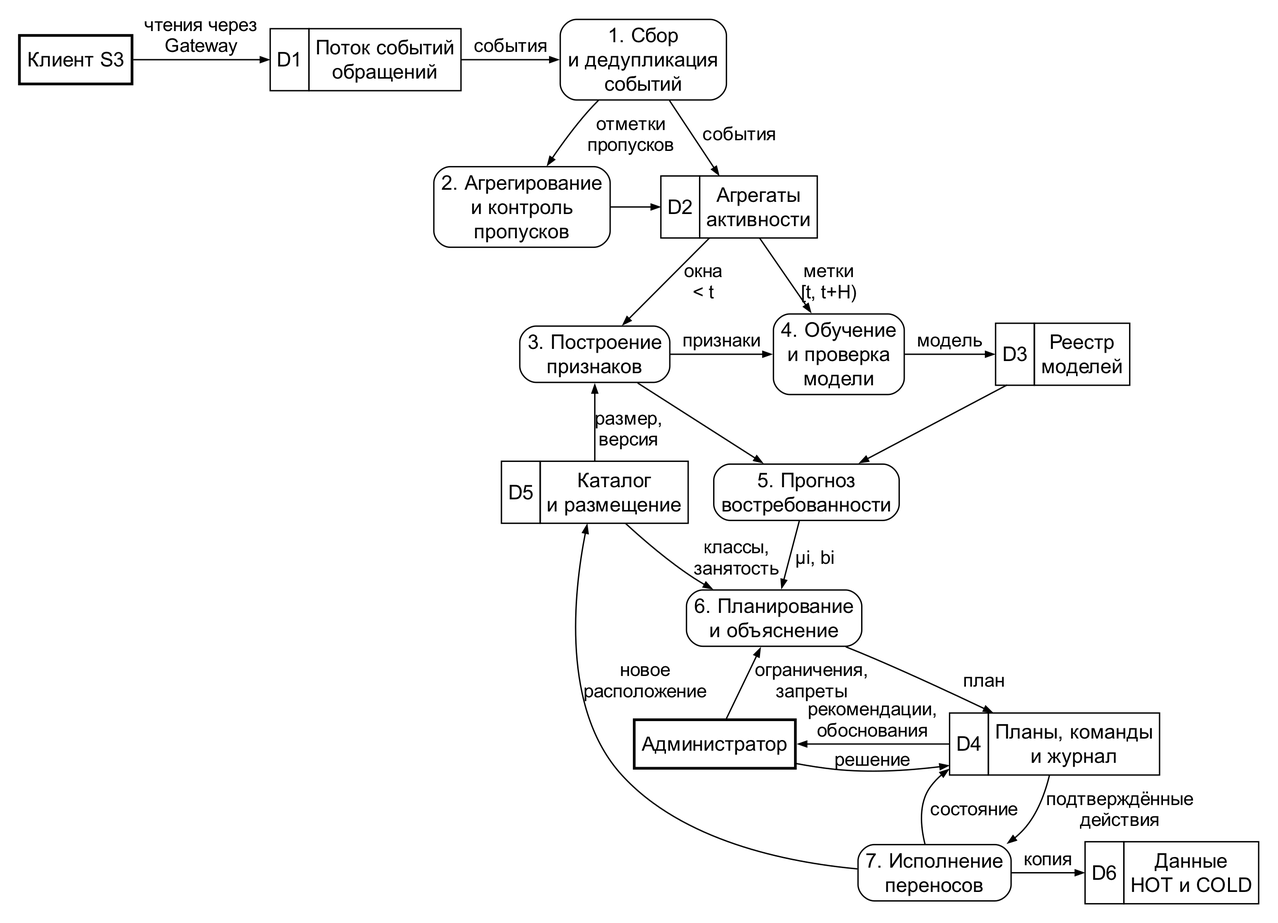
Before: 40 - Projects/Диплом/images/dfd.png, a diagram exported from Graphviz (WithSoull/obsidian). Its source is kept beside it as 40 - Projects/Диплом/images/src/dfd.dot.
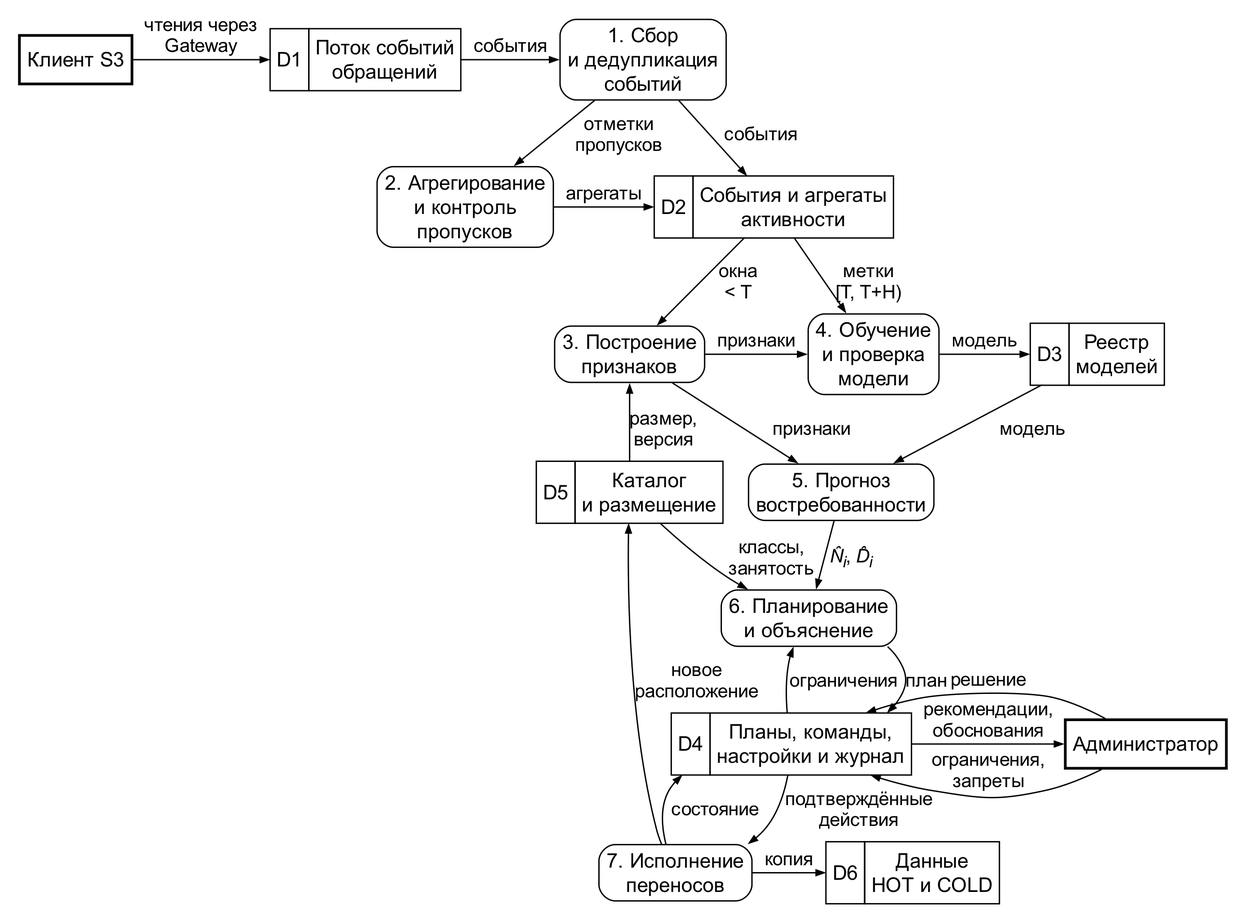
The same diagram one commit later.

What changed in the source:
```diff
@@ -17,26 +17,27 @@
 
   node [shape=plain, style=solid];
   d1 [label=<<TABLE BORDER="0" CELLBORDER="1" CELLSPACING="0" CELLPADDING="4"><TR><TD>D1</TD><TD>Поток событий<BR/>обращений</TD></TR></TABLE>>];
-  d2 [label=<<TABLE BORDER="0" CELLBORDER="1" CELLSPACING="0" CELLPADDING="4"><TR><TD>D2</TD><TD>Агрегаты<BR/>активности</TD></TR></TABLE>>];
+  d2 [label=<<TABLE BORDER="0" CELLBORDER="1" CELLSPACING="0" CELLPADDING="4"><TR><TD>D2</TD><TD>События и агрегаты<BR/>активности</TD></TR></TABLE>>];
   d3 [label=<<TABLE BORDER="0" CELLBORDER="1" CELLSPACING="0" CELLPADDING="4"><TR><TD>D3</TD><TD>Реестр<BR/>моделей</TD></TR></TABLE>>];
-  d4 [label=<<TABLE BORDER="0" CELLBORDER="1" CELLSPACING="0" CELLPADDING="4"><TR><TD>D4</TD><TD>Планы, команды<BR/>и журнал</TD></TR></TABLE>>];
+  d4 [label=<<TABLE BORDER="0" CELLBORDER="1" CELLSPACING="0" CELLPADDING="4"><TR><TD>D4</TD><TD>Планы, команды,<BR/>настройки и журнал</TD></TR></TABLE>>];
   d5 [label=<<TABLE BORDER="0" CELLBORDER="1" CELLSPACING="0" CELLPADDING="4"><TR><TD>D5</TD><TD>Каталог<BR/>и размещение</TD></TR></TABLE>>];
   d6 [label=<<TABLE BORDER="0" CELLBORDER="1" CELLSPACING="0" CELLPADDING="4"><TR><TD>D6</TD><TD>Данные<BR/>HOT и COLD</TD></TR></TABLE>>];
 
   client -> d1 [label="чтения через\nGateway"];
   d1 -> p1 -> d2 [label="события"];
   p1 -> p2 [label="отметки\nпропусков"];
-  p2 -> d2;
-  d2 -> p3 [label="окна\n< t"];
+  p2 -> d2 [label="агрегаты"];
+  d2 -> p3 [label="окна\n< T"];
   d5 -> p3 [label="размер,\nверсия"];
-  d2 -> p4 [label="метки\n[t, t+H)"];
+  d2 -> p4 [label="метки\n[T, T+H)"];
   p3 -> p4 [label="признаки"];
   p4 -> d3 [label="модель"];
-  d3 -> p5;
-  p3 -> p5;
-  p5 -> p6 [label="μi, bi"];
+  d3 -> p5 [label="модель"];
+  p3 -> p5 [label="признаки"];
+  p5 -> p6 [label=<<I>N&#770;<SUB>i</SUB></I>, <I>D&#770;<SUB>i</SUB></I>>];
   d5 -> p6 [label="классы,\nзанятость"];
-  admin -> p6 [label="ограничения,\nзапреты"];
+  admin -> d4 [label="ограничения,\nзапреты"];
+  d4 -> p6 [label="ограничения"];
   p6 -> d4 [label="план"];
   d4 -> admin [label="рекомендации,\nобоснования"];
   admin -> d4 [label="решение"];
```
